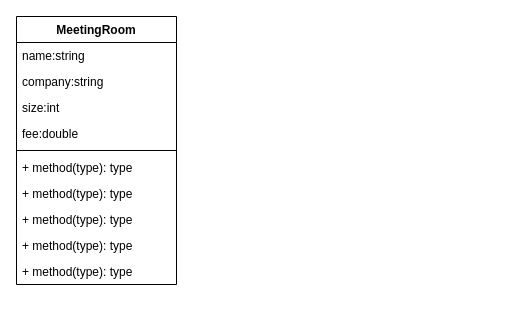
Before: 未命名表单.drawio in hehyuan/MyUniv, a draw.io diagram. Source tidied: cells renumbered, new cells numbered last; positions are measured from the earlier drawing's top-left corner, leaving out a move shared by most shapes. Both pictures are drawn from the tidied source at 100%, with x=0, y=0 at pixel (16, 16).
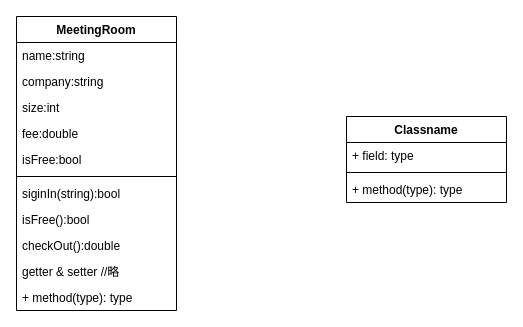
Above is the later version.

Commit message:
已添加 未命名表单.drawio

Change to the diagram source:
```diff
@@
 <mxGraphModel background="#ffffff">
   <root>
     <mxCell id="0" />
     <mxCell id="1" parent="0" />
     <mxCell id="2" value="MeetingRoom" style="swimlane;fontStyle=1;align=center;verticalAlign=top;horizontal=1;startSize=26;" parent="1" vertex="1">
-      <mxGeometry width="160" height="268" as="geometry" />
+      <mxGeometry width="160" height="294" as="geometry" />
     </mxCell>
     <mxCell id="3" value="name:string" style="text;strokeColor=none;fillColor=none;align=left;verticalAlign=top;spacingLeft=4;spacingRight=4;overflow=hidden;" parent="2" vertex="1">
       <mxGeometry y="26" width="160" height="26" as="geometry" />
     </mxCell>
     <mxCell id="4" value="company:string" style="text;strokeColor=none;fillColor=none;align=left;verticalAlign=top;spacingLeft=4;spacingRight=4;overflow=hidden;" parent="2" vertex="1">
       <mxGeometry y="52" width="160" height="26" as="geometry" />
     </mxCell>
     <mxCell id="5" value="size:int" style="text;strokeColor=none;fillColor=none;align=left;verticalAlign=top;spacingLeft=4;spacingRight=4;overflow=hidden;" parent="2" vertex="1">
       <mxGeometry y="78" width="160" height="26" as="geometry" />
     </mxCell>
     <mxCell id="6" value="fee:double" style="text;strokeColor=none;fillColor=none;align=left;verticalAlign=top;spacingLeft=4;spacingRight=4;overflow=hidden;" parent="2" vertex="1">
       <mxGeometry y="104" width="160" height="26" as="geometry" />
     </mxCell>
+    <mxCell id="13" value="isFree:bool" style="text;strokeColor=none;fillColor=none;align=left;verticalAlign=top;spacingLeft=4;spacingRight=4;overflow=hidden;" parent="2" vertex="1">
+      <mxGeometry y="130" width="160" height="26" as="geometry" />
+    </mxCell>
     <mxCell id="7" style="line;strokeWidth=1;fillColor=none;align=left;verticalAlign=middle;spacingTop=-1;spacingLeft=3;spacingRight=3;labelPosition=right;" parent="2" vertex="1">
-      <mxGeometry y="130" width="160" height="8" as="geometry" />
+      <mxGeometry y="156" width="160" height="8" as="geometry" />
     </mxCell>
-    <mxCell id="8" value="+ method(type): type" style="text;strokeColor=none;fillColor=none;align=left;verticalAlign=top;spacingLeft=4;spacingRight=4;overflow=hidden;" parent="2" vertex="1">
-      <mxGeometry y="138" width="160" height="26" as="geometry" />
+    <mxCell id="8" value="siginIn(string):bool" style="text;strokeColor=none;fillColor=none;align=left;verticalAlign=top;spacingLeft=4;spacingRight=4;overflow=hidden;" parent="2" vertex="1">
+      <mxGeometry y="164" width="160" height="26" as="geometry" />
     </mxCell>
-    <mxCell id="9" value="+ method(type): type" style="text;strokeColor=none;fillColor=none;align=left;verticalAlign=top;spacingLeft=4;spacingRight=4;overflow=hidden;" parent="2" vertex="1">
-      <mxGeometry y="164" width="160" height="26" as="geometry" />
-    </mxCell>
-    <mxCell id="10" value="+ method(type): type" style="text;strokeColor=none;fillColor=none;align=left;verticalAlign=top;spacingLeft=4;spacingRight=4;overflow=hidden;" parent="2" vertex="1">
+    <mxCell id="10" value="isFree():bool" style="text;strokeColor=none;fillColor=none;align=left;verticalAlign=top;spacingLeft=4;spacingRight=4;overflow=hidden;" parent="2" vertex="1">
       <mxGeometry y="190" width="160" height="26" as="geometry" />
     </mxCell>
-    <mxCell id="11" value="+ method(type): type" style="text;strokeColor=none;fillColor=none;align=left;verticalAlign=top;spacingLeft=4;spacingRight=4;overflow=hidden;" parent="2" vertex="1">
+    <mxCell id="11" value="checkOut():double" style="text;strokeColor=none;fillColor=none;align=left;verticalAlign=top;spacingLeft=4;spacingRight=4;overflow=hidden;" parent="2" vertex="1">
       <mxGeometry y="216" width="160" height="26" as="geometry" />
     </mxCell>
-    <mxCell id="12" value="+ method(type): type" style="text;strokeColor=none;fillColor=none;align=left;verticalAlign=top;spacingLeft=4;spacingRight=4;overflow=hidden;" parent="2" vertex="1">
+    <mxCell id="12" value="getter &amp; setter //略" style="text;strokeColor=none;fillColor=none;align=left;verticalAlign=top;spacingLeft=4;spacingRight=4;overflow=hidden;" parent="2" vertex="1">
       <mxGeometry y="242" width="160" height="26" as="geometry" />
     </mxCell>
+    <mxCell id="14" value="+ method(type): type" style="text;strokeColor=none;fillColor=none;align=left;verticalAlign=top;spacingLeft=4;spacingRight=4;overflow=hidden;" parent="2" vertex="1">
+      <mxGeometry y="268" width="160" height="26" as="geometry" />
+    </mxCell>
+    <mxCell id="15" value="Classname" style="swimlane;fontStyle=1;align=center;verticalAlign=top;horizontal=1;startSize=26;" parent="1" vertex="1">
+      <mxGeometry x="330" y="100" width="160" height="86" as="geometry" />
+    </mxCell>
+    <mxCell id="16" value="+ field: type" style="text;strokeColor=none;fillColor=none;align=left;verticalAlign=top;spacingLeft=4;spacingRight=4;overflow=hidden;" parent="15" vertex="1">
+      <mxGeometry y="26" width="160" height="26" as="geometry" />
+    </mxCell>
+    <mxCell id="17" style="line;strokeWidth=1;fillColor=none;align=left;verticalAlign=middle;spacingTop=-1;spacingLeft=3;spacingRight=3;labelPosition=right;" parent="15" vertex="1">
+      <mxGeometry y="52" width="160" height="8" as="geometry" />
+    </mxCell>
+    <mxCell id="18" value="+ method(type): type" style="text;strokeColor=none;fillColor=none;align=left;verticalAlign=top;spacingLeft=4;spacingRight=4;overflow=hidden;" parent="15" vertex="1">
+      <mxGeometry y="60" width="160" height="26" as="geometry" />
+    </mxCell>
   </root>
 </mxGraphModel>
```
